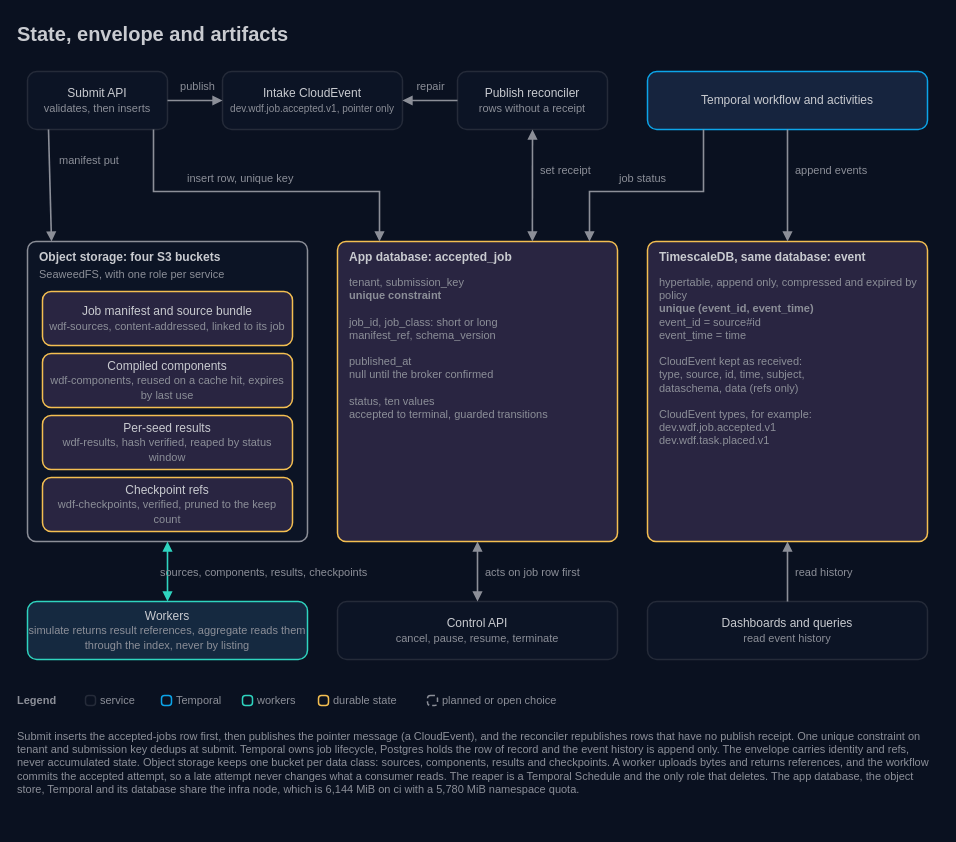
Before: docs/architecture/13-state-envelope-artifacts.drawio in AndoNorth/disyard, a draw.io diagram. Source tidied: cells renumbered, new cells numbered last; positions are measured from the earlier drawing's top-left corner, leaving out a move shared by most shapes. Both pictures are drawn from the tidied source at 100%, with x=0, y=0 at pixel (17, 17).
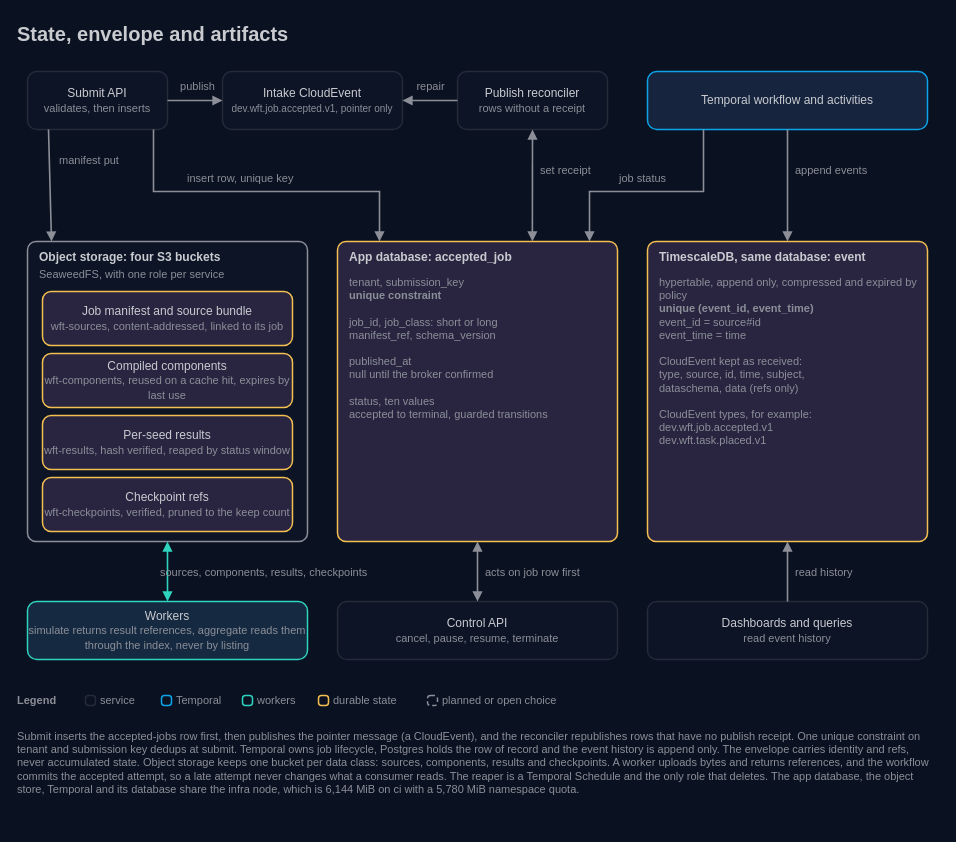
The same page after the edit.

What changed in the source:
```diff
@@
-    <mxCell id="4" value="Intake CloudEvent&lt;br&gt;&lt;font color=&quot;#8c8f98&quot; style=&quot;font-size:10px&quot;&gt;dev.wdf.job.accepted.v1, pointer only&lt;/font&gt;" style="rounded=1;arcSize=16;html=1;whiteSpace=wrap;fillColor=#0c1425;strokeColor=#252b39;strokeWidth=1.5;fontColor=#c9cbd0;fontSize=12;fontFamily=IBM Plex Sans;align=center;verticalAlign=middle;" parent="1" vertex="1">
+    <mxCell id="4" value="Intake CloudEvent&lt;br&gt;&lt;font color=&quot;#8c8f98&quot; style=&quot;font-size:10px&quot;&gt;dev.wft.job.accepted.v1, pointer only&lt;/font&gt;" style="rounded=1;arcSize=16;html=1;whiteSpace=wrap;fillColor=#0c1425;strokeColor=#252b39;strokeWidth=1.5;fontColor=#c9cbd0;fontSize=12;fontFamily=IBM Plex Sans;align=center;verticalAlign=middle;" parent="1" vertex="1">
       <mxGeometry x="205" y="54" width="180" height="58" as="geometry" />
     </mxCell>
@@
-    <mxCell id="12" value="hypertable, append only, compressed and expired by policy&lt;br&gt;&lt;b&gt;unique (event_id, event_time)&lt;/b&gt;&lt;br&gt;event_id = source#id&lt;br&gt;event_time = time&lt;br&gt;&lt;br&gt;CloudEvent kept as received:&lt;br&gt;type, source, id, time, subject,&lt;br&gt;dataschema, data (refs only)&lt;br&gt;&lt;br&gt;CloudEvent types, for example:&lt;br&gt;dev.wdf.job.accepted.v1&lt;br&gt;dev.wdf.task.placed.v1" style="text;html=1;strokeColor=none;fillColor=none;align=left;verticalAlign=top;whiteSpace=wrap;fontColor=#8c8f98;fontSize=11;fontFamily=IBM Plex Mono;spacing=0;" parent="1" vertex="1">
+    <mxCell id="12" value="hypertable, append only, compressed and expired by policy&lt;br&gt;&lt;b&gt;unique (event_id, event_time)&lt;/b&gt;&lt;br&gt;event_id = source#id&lt;br&gt;event_time = time&lt;br&gt;&lt;br&gt;CloudEvent kept as received:&lt;br&gt;type, source, id, time, subject,&lt;br&gt;dataschema, data (refs only)&lt;br&gt;&lt;br&gt;CloudEvent types, for example:&lt;br&gt;dev.wft.job.accepted.v1&lt;br&gt;dev.wft.task.placed.v1" style="text;html=1;strokeColor=none;fillColor=none;align=left;verticalAlign=top;whiteSpace=wrap;fontColor=#8c8f98;fontSize=11;fontFamily=IBM Plex Mono;spacing=0;" parent="1" vertex="1">
       <mxGeometry x="642" y="254" width="256" height="260" as="geometry" />
     </mxCell>
@@
-    <mxCell id="16" value="Job manifest and source bundle&lt;br&gt;&lt;font color=&quot;#8c8f98&quot; style=&quot;font-size:11px&quot;&gt;wdf-sources, content-addressed, linked to its job&lt;/font&gt;" style="rounded=1;arcSize=16;html=1;whiteSpace=wrap;fillColor=#292541;strokeColor=#f4bf51;strokeWidth=1.5;fontColor=#c9cbd0;fontSize=12;fontFamily=IBM Plex Sans;align=center;verticalAlign=middle;" parent="1" vertex="1">
+    <mxCell id="16" value="Job manifest and source bundle&lt;br&gt;&lt;font color=&quot;#8c8f98&quot; style=&quot;font-size:11px&quot;&gt;wft-sources, content-addressed, linked to its job&lt;/font&gt;" style="rounded=1;arcSize=16;html=1;whiteSpace=wrap;fillColor=#292541;strokeColor=#f4bf51;strokeWidth=1.5;fontColor=#c9cbd0;fontSize=12;fontFamily=IBM Plex Sans;align=center;verticalAlign=middle;" parent="1" vertex="1">
       <mxGeometry x="25" y="274" width="250" height="54" as="geometry" />
     </mxCell>
-    <mxCell id="17" value="Compiled components&lt;br&gt;&lt;font color=&quot;#8c8f98&quot; style=&quot;font-size:11px&quot;&gt;wdf-components, reused on a cache hit, expires by last use&lt;/font&gt;" style="rounded=1;arcSize=16;html=1;whiteSpace=wrap;fillColor=#292541;strokeColor=#f4bf51;strokeWidth=1.5;fontColor=#c9cbd0;fontSize=12;fontFamily=IBM Plex Sans;align=center;verticalAlign=middle;" parent="1" vertex="1">
+    <mxCell id="17" value="Compiled components&lt;br&gt;&lt;font color=&quot;#8c8f98&quot; style=&quot;font-size:11px&quot;&gt;wft-components, reused on a cache hit, expires by last use&lt;/font&gt;" style="rounded=1;arcSize=16;html=1;whiteSpace=wrap;fillColor=#292541;strokeColor=#f4bf51;strokeWidth=1.5;fontColor=#c9cbd0;fontSize=12;fontFamily=IBM Plex Sans;align=center;verticalAlign=middle;" parent="1" vertex="1">
       <mxGeometry x="25" y="336" width="250" height="54" as="geometry" />
     </mxCell>
-    <mxCell id="18" value="Per-seed results&lt;br&gt;&lt;font color=&quot;#8c8f98&quot; style=&quot;font-size:11px&quot;&gt;wdf-results, hash verified, reaped by status window&lt;/font&gt;" style="rounded=1;arcSize=16;html=1;whiteSpace=wrap;fillColor=#292541;strokeColor=#f4bf51;strokeWidth=1.5;fontColor=#c9cbd0;fontSize=12;fontFamily=IBM Plex Sans;align=center;verticalAlign=middle;" parent="1" vertex="1">
+    <mxCell id="18" value="Per-seed results&lt;br&gt;&lt;font color=&quot;#8c8f98&quot; style=&quot;font-size:11px&quot;&gt;wft-results, hash verified, reaped by status window&lt;/font&gt;" style="rounded=1;arcSize=16;html=1;whiteSpace=wrap;fillColor=#292541;strokeColor=#f4bf51;strokeWidth=1.5;fontColor=#c9cbd0;fontSize=12;fontFamily=IBM Plex Sans;align=center;verticalAlign=middle;" parent="1" vertex="1">
       <mxGeometry x="25" y="398" width="250" height="54" as="geometry" />
     </mxCell>
-    <mxCell id="19" value="Checkpoint refs&lt;br&gt;&lt;font color=&quot;#8c8f98&quot; style=&quot;font-size:11px&quot;&gt;wdf-checkpoints, verified, pruned to the keep count&lt;/font&gt;" style="rounded=1;arcSize=16;html=1;whiteSpace=wrap;fillColor=#292541;strokeColor=#f4bf51;strokeWidth=1.5;fontColor=#c9cbd0;fontSize=12;fontFamily=IBM Plex Sans;align=center;verticalAlign=middle;" parent="1" vertex="1">
+    <mxCell id="19" value="Checkpoint refs&lt;br&gt;&lt;font color=&quot;#8c8f98&quot; style=&quot;font-size:11px&quot;&gt;wft-checkpoints, verified, pruned to the keep count&lt;/font&gt;" style="rounded=1;arcSize=16;html=1;whiteSpace=wrap;fillColor=#292541;strokeColor=#f4bf51;strokeWidth=1.5;fontColor=#c9cbd0;fontSize=12;fontFamily=IBM Plex Sans;align=center;verticalAlign=middle;" parent="1" vertex="1">
       <mxGeometry x="25" y="460" width="250" height="54" as="geometry" />
     </mxCell>
```
